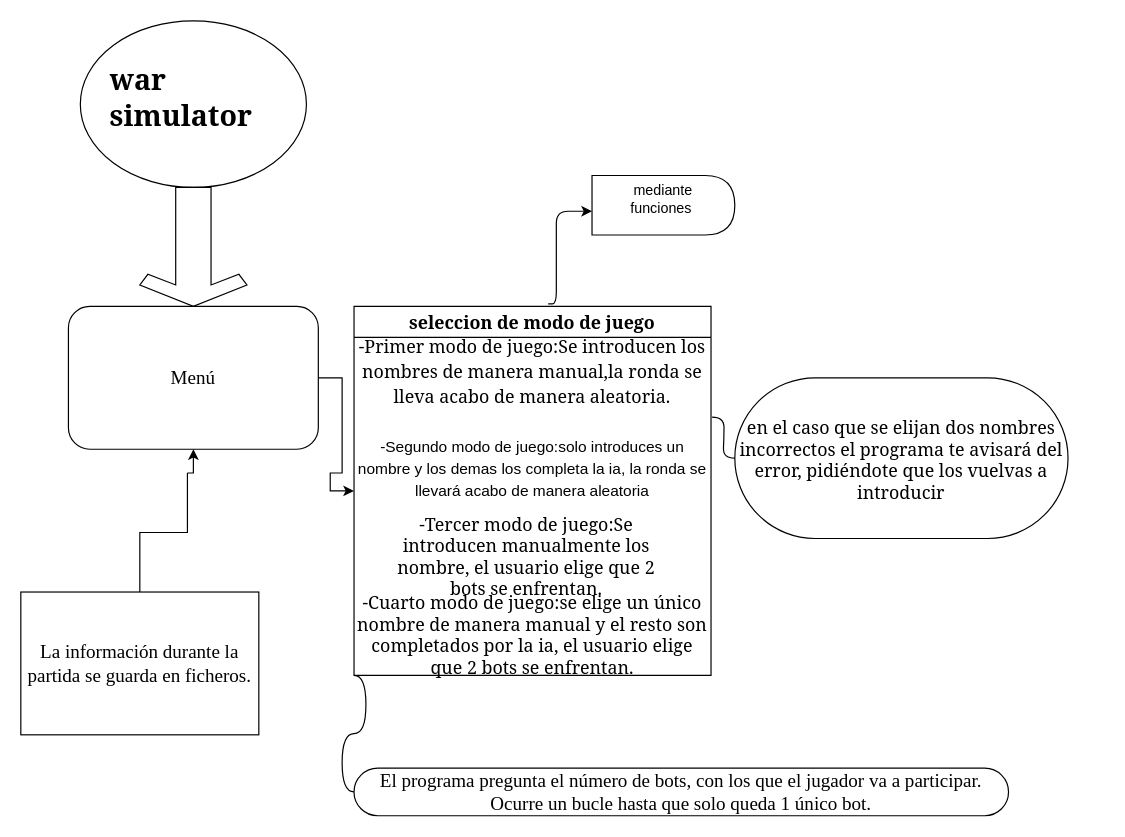
Before: Untitled Diagram.drawio in iglesiascaballeropablo/Trabajo, a draw.io diagram. Source tidied: cells renumbered, new cells numbered last; positions are measured from the earlier drawing's top-left corner, leaving out a move shared by most shapes. Both pictures are drawn from the tidied source at 119%, with x=0, y=0 at pixel (20, 20).
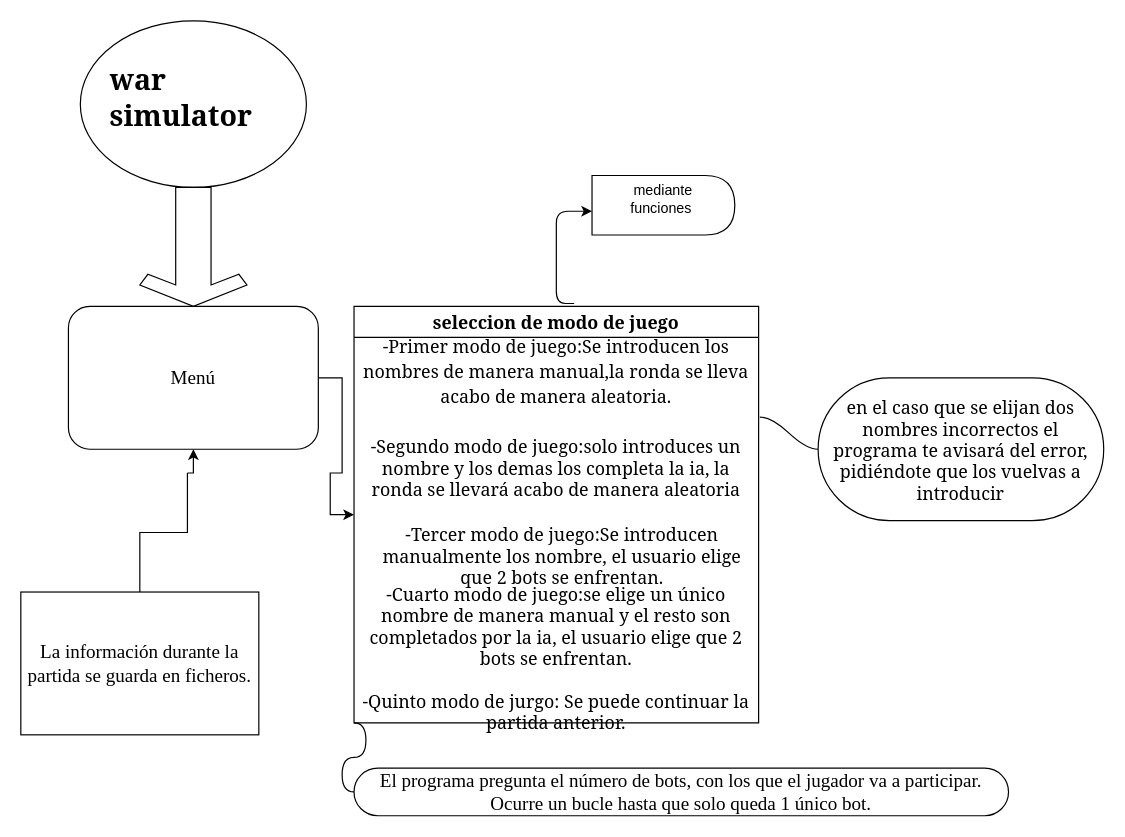
The same page after the edit.

Diff of the diagram source:
```diff
@@
     <mxCell id="7" value="seleccion de modo de juego" style="swimlane;fontStyle=1;horizontal=1;startSize=26;fontFamily=Georgia;fontSize=15;" parent="1" vertex="1">
-      <mxGeometry x="280" y="240" width="300" height="310" as="geometry" />
+      <mxGeometry x="280" y="240" width="340" height="350" as="geometry" />
     </mxCell>
     <mxCell id="8" value="&lt;h3&gt;&lt;span style=&quot;font-size: 15px ; font-weight: normal&quot;&gt;&lt;font style=&quot;font-size: 15px&quot;&gt;-Primer modo de juego:Se introducen los nombres de manera manual,la ronda se lleva acabo de manera aleatoria.&lt;/font&gt;&lt;/span&gt;&lt;/h3&gt;&lt;div&gt;&lt;span style=&quot;font-weight: normal&quot;&gt;&lt;font style=&quot;font-size: 12px&quot;&gt;&lt;br&gt;&lt;/font&gt;&lt;/span&gt;&lt;/div&gt;" style="text;html=1;strokeColor=none;fillColor=none;align=center;verticalAlign=middle;whiteSpace=wrap;rounded=0;fontFamily=Georgia;fontSize=15;" parent="7" vertex="1">
-      <mxGeometry y="26" width="300" height="74" as="geometry" />
+      <mxGeometry y="26" width="340" height="74" as="geometry" />
     </mxCell>
-    <mxCell id="9" value="&lt;font face=&quot;Helvetica&quot; style=&quot;font-size: 13px&quot;&gt;-Segundo modo de juego:solo introduces un nombre y los demas los completa la ia, la ronda se llevará acabo de manera aleatoria&lt;/font&gt;" style="text;html=1;strokeColor=none;fillColor=none;align=center;verticalAlign=middle;whiteSpace=wrap;rounded=0;fontFamily=Georgia;fontSize=15;" parent="7" vertex="1">
-      <mxGeometry y="100" width="300" height="70" as="geometry" />
+    <mxCell id="9" value="&lt;font style=&quot;font-size: 15px&quot;&gt;-Segundo modo de juego:solo introduces un nombre y los demas los completa la ia, la ronda se llevará acabo de manera aleatoria&lt;/font&gt;" style="text;html=1;strokeColor=none;fillColor=none;align=center;verticalAlign=middle;whiteSpace=wrap;rounded=0;fontFamily=Georgia;fontSize=15;" parent="7" vertex="1">
+      <mxGeometry y="100" width="340" height="70" as="geometry" />
     </mxCell>
     <mxCell id="10" value="&lt;h3&gt;&lt;br&gt;&lt;/h3&gt;&lt;div&gt;&lt;br&gt;&lt;/div&gt;&lt;div&gt;&lt;br&gt;&lt;/div&gt;" style="text;html=1;align=center;verticalAlign=middle;strokeColor=none;" parent="7" vertex="1">
-      <mxGeometry y="170" width="300" height="70" as="geometry" />
+      <mxGeometry y="170" width="340" height="70" as="geometry" />
     </mxCell>
-    <mxCell id="11" value="-Cuarto modo de juego:se elige un único nombre de manera manual y el resto son completados por la ia, el usuario elige que 2 bots se enfrentan." style="text;html=1;strokeColor=none;fillColor=none;align=center;verticalAlign=middle;whiteSpace=wrap;rounded=0;fontFamily=Georgia;fontSize=15;" parent="7" vertex="1">
-      <mxGeometry y="240" width="300" height="70" as="geometry" />
+    <mxCell id="11" value="-Cuarto modo de juego:se elige un único nombre de manera manual y el resto son completados por la ia, el usuario elige que 2 bots se enfrentan.&lt;br&gt;&lt;br&gt;-Quinto modo de jurgo: Se puede continuar la partida anterior." style="text;html=1;strokeColor=none;fillColor=none;align=center;verticalAlign=middle;whiteSpace=wrap;rounded=0;fontFamily=Georgia;fontSize=15;" parent="7" vertex="1">
+      <mxGeometry y="240" width="340" height="110" as="geometry" />
     </mxCell>
@@
     <mxCell id="13" value="&lt;br&gt;&lt;span&gt;-Tercer modo de juego:Se introducen manualmente los nombre, el usuario elige que 2 bots se enfrentan.&lt;/span&gt;" style="text;html=1;strokeColor=none;fillColor=none;align=center;verticalAlign=middle;whiteSpace=wrap;rounded=0;fontFamily=Georgia;fontSize=15;" parent="1" vertex="1">
-      <mxGeometry x="300" y="400" width="250" height="80" as="geometry" />
+      <mxGeometry x="300" y="400" width="310" height="80" as="geometry" />
     </mxCell>
     <mxCell id="14" value="en el caso que se elijan dos nombres incorrectos el programa te avisará del error, pidiéndote que los vuelvas a introducir" style="whiteSpace=wrap;html=1;rounded=1;arcSize=50;align=center;verticalAlign=middle;strokeWidth=1;spacing=4;newEdgeStyle={&quot;edgeStyle&quot;:&quot;entityRelationEdgeStyle&quot;,&quot;startArrow&quot;:&quot;none&quot;,&quot;endArrow&quot;:&quot;none&quot;,&quot;segment&quot;:10,&quot;curved&quot;:1};fontFamily=Georgia;fontSize=15;" parent="1" vertex="1">
-      <mxGeometry x="600" y="300" width="280" height="135" as="geometry" />
+      <mxGeometry x="670" y="300" width="240" height="120" as="geometry" />
     </mxCell>
```
